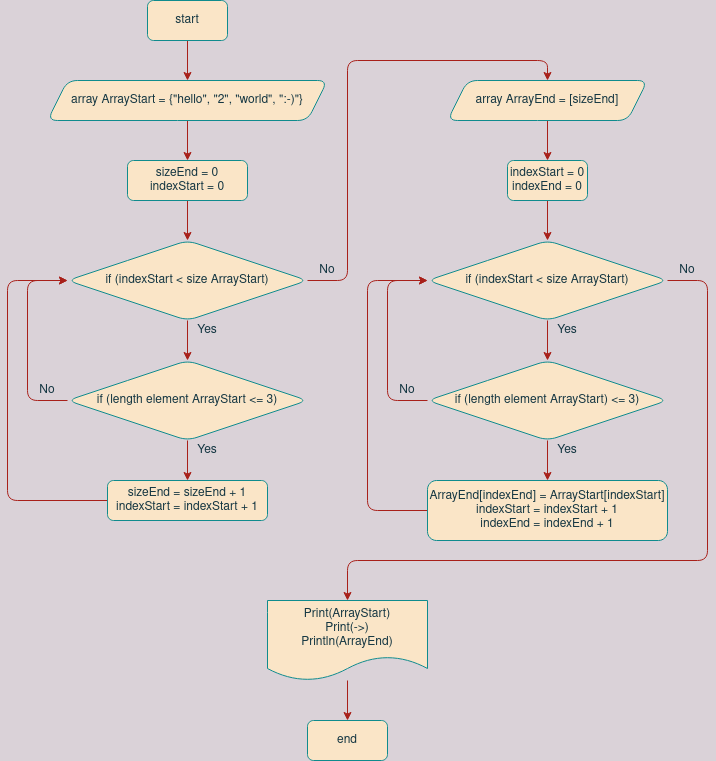
The draw.io diagram task001_choiceel-t_less_3_symb/pic/test_find_el-t_string_array.drawio.png in r-oleg-official/test_result_choice_specialist, before a commit. Source tidied: cells renumbered, new cells last; positions are measured from the earlier drawing's top-left corner, leaving out a move shared by most shapes.
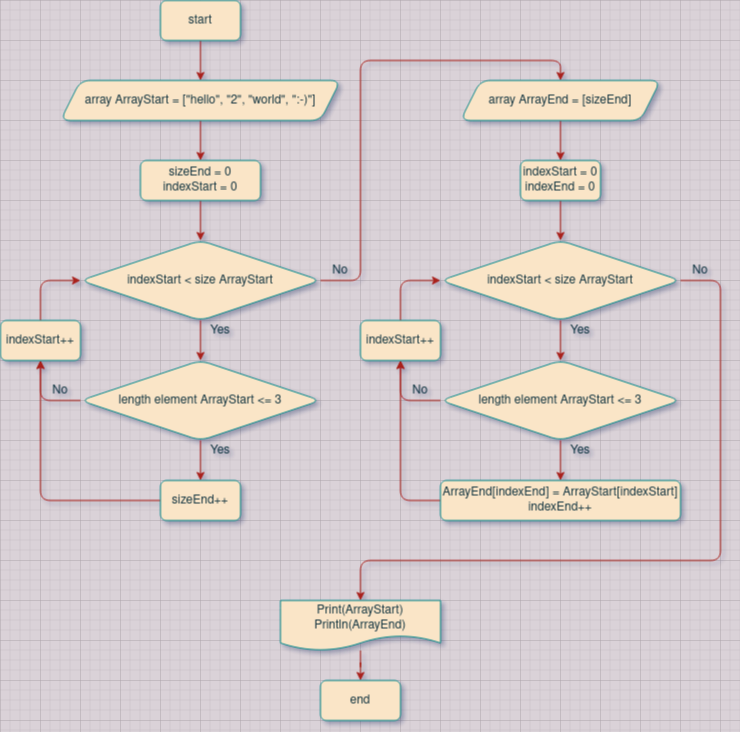
The same file after the commit.

Commit message:
Edit "task001_choiceel-t_less_3_symb/pic/test_find_el-t_string_array.drawio.png".

Diff of the diagram source:
```diff
@@ -9,12 +9,12 @@
       <mxGeometry x="140" width="80" height="40" as="geometry" />
     </mxCell>
     <mxCell id="4" value="&lt;div&gt;end&lt;/div&gt;" style="rounded=1;whiteSpace=wrap;html=1;fillColor=#FAE5C7;strokeColor=#0F8B8D;fontColor=#143642;" parent="1" vertex="1">
-      <mxGeometry x="300" y="720" width="80" height="40" as="geometry" />
+      <mxGeometry x="300" y="680" width="80" height="40" as="geometry" />
     </mxCell>
     <mxCell id="5" style="edgeStyle=orthogonalEdgeStyle;rounded=1;jettySize=auto;html=1;labelBackgroundColor=#DAD2D8;strokeColor=#A8201A;fontColor=#143642;" parent="1" edge="1" source="6" target="11">
       <mxGeometry relative="1" as="geometry" />
     </mxCell>
-    <mxCell id="6" value="&lt;div&gt;array ArrayStart = {&quot;hello&quot;, &quot;2&quot;, &quot;world&quot;, &quot;:-)&quot;}&lt;/div&gt;" style="shape=parallelogram;perimeter=parallelogramPerimeter;whiteSpace=wrap;html=1;fixedSize=1;fillColor=#FAE5C7;strokeColor=#0F8B8D;rounded=1;fontColor=#143642;" parent="1" vertex="1">
+    <mxCell id="6" value="&lt;div&gt;array ArrayStart = [&quot;hello&quot;, &quot;2&quot;, &quot;world&quot;, &quot;:-)&quot;]&lt;/div&gt;" style="shape=parallelogram;perimeter=parallelogramPerimeter;whiteSpace=wrap;html=1;fixedSize=1;rounded=1;fillColor=#FAE5C7;strokeColor=#0F8B8D;fontColor=#143642;" parent="1" vertex="1">
       <mxGeometry x="40" y="80" width="280" height="40" as="geometry" />
     </mxCell>
     <mxCell id="7" style="edgeStyle=orthogonalEdgeStyle;rounded=1;jettySize=auto;html=1;labelBackgroundColor=#DAD2D8;strokeColor=#A8201A;fontColor=#143642;" parent="1" edge="1" source="9" target="14">
@@ -29,7 +29,7 @@
         </Array>
       </mxGeometry>
     </mxCell>
-    <mxCell id="9" value="&lt;div&gt;if (indexStart &amp;lt; size ArrayStart)&lt;/div&gt;" style="rhombus;whiteSpace=wrap;html=1;fillColor=#FAE5C7;strokeColor=#0F8B8D;rounded=1;fontColor=#143642;" parent="1" vertex="1">
+    <mxCell id="9" value="&lt;div&gt;indexStart &amp;lt; size ArrayStart&lt;/div&gt;" style="rhombus;whiteSpace=wrap;html=1;rounded=1;fillColor=#FAE5C7;strokeColor=#0F8B8D;fontColor=#143642;" parent="1" vertex="1">
       <mxGeometry x="60" y="240" width="240" height="80" as="geometry" />
     </mxCell>
     <mxCell id="10" style="edgeStyle=orthogonalEdgeStyle;rounded=1;jettySize=auto;html=1;labelBackgroundColor=#DAD2D8;strokeColor=#A8201A;fontColor=#143642;" parent="1" edge="1" source="11" target="9">
@@ -41,27 +41,21 @@
     <mxCell id="12" style="edgeStyle=orthogonalEdgeStyle;rounded=1;jettySize=auto;html=1;labelBackgroundColor=#DAD2D8;strokeColor=#A8201A;fontColor=#143642;" parent="1" edge="1" source="14" target="16">
       <mxGeometry relative="1" as="geometry" />
     </mxCell>
-    <mxCell id="13" style="edgeStyle=orthogonalEdgeStyle;rounded=1;jettySize=auto;html=1;entryX=0;entryY=0.5;entryDx=0;entryDy=0;labelBackgroundColor=#DAD2D8;strokeColor=#A8201A;fontColor=#143642;" parent="1" edge="1" source="14" target="9">
-      <mxGeometry relative="1" as="geometry">
-        <Array as="points">
-          <mxPoint x="20" y="400" />
-          <mxPoint x="20" y="280" />
-        </Array>
-      </mxGeometry>
-    </mxCell>
+    <mxCell id="39" style="edgeStyle=orthogonalEdgeStyle;jettySize=auto;html=1;entryX=0.5;entryY=1;entryDx=0;entryDy=0;labelBackgroundColor=#DAD2D8;strokeColor=#A8201A;fontColor=#143642;" parent="1" edge="1" source="14" target="44">
+      <mxGeometry relative="1" as="geometry">
+        <Array as="points">
+          <mxPoint x="20" y="400" />
+        </Array>
+      </mxGeometry>
+    </mxCell>
-    <mxCell id="14" value="if (length element ArrayStart &amp;lt;= 3)" style="rhombus;whiteSpace=wrap;html=1;fillColor=#FAE5C7;strokeColor=#0F8B8D;rounded=1;fontColor=#143642;" parent="1" vertex="1">
+    <mxCell id="14" value="length element ArrayStart &amp;lt;= 3" style="rhombus;whiteSpace=wrap;html=1;rounded=1;fillColor=#FAE5C7;strokeColor=#0F8B8D;fontColor=#143642;" parent="1" vertex="1">
       <mxGeometry x="60" y="360" width="240" height="80" as="geometry" />
     </mxCell>
-    <mxCell id="15" style="edgeStyle=orthogonalEdgeStyle;rounded=1;jettySize=auto;html=1;entryX=0;entryY=0.5;entryDx=0;entryDy=0;labelBackgroundColor=#DAD2D8;strokeColor=#A8201A;fontColor=#143642;" parent="1" edge="1" source="16" target="9">
-      <mxGeometry relative="1" as="geometry">
-        <Array as="points">
-          <mxPoint y="500" />
-          <mxPoint y="280" />
-        </Array>
-      </mxGeometry>
-    </mxCell>
+    <mxCell id="40" style="edgeStyle=orthogonalEdgeStyle;jettySize=auto;html=1;entryX=0.5;entryY=1;entryDx=0;entryDy=0;labelBackgroundColor=#DAD2D8;strokeColor=#A8201A;fontColor=#143642;" parent="1" edge="1" source="16" target="44">
+      <mxGeometry relative="1" as="geometry" />
+    </mxCell>
-    <mxCell id="16" value="&lt;div&gt;sizeEnd = sizeEnd + 1&lt;/div&gt;&lt;div&gt;indexStart = indexStart + 1&lt;br&gt;&lt;/div&gt;" style="whiteSpace=wrap;html=1;fillColor=#FAE5C7;strokeColor=#0F8B8D;rounded=1;fontColor=#143642;" parent="1" vertex="1">
-      <mxGeometry x="100" y="480" width="160" height="40" as="geometry" />
+    <mxCell id="16" value="&lt;div&gt;sizeEnd++&lt;br&gt;&lt;/div&gt;" style="whiteSpace=wrap;html=1;rounded=1;fillColor=#FAE5C7;strokeColor=#0F8B8D;fontColor=#143642;" parent="1" vertex="1">
+      <mxGeometry x="140" y="480" width="80" height="40" as="geometry" />
     </mxCell>
     <mxCell id="17" value="Yes" style="text;html=1;strokeColor=none;fillColor=none;align=center;verticalAlign=middle;whiteSpace=wrap;rounded=1;fontColor=#143642;" parent="1" vertex="1">
       <mxGeometry x="180" y="440" width="40" height="20" as="geometry" />
@@ -78,7 +72,7 @@
     <mxCell id="21" style="edgeStyle=orthogonalEdgeStyle;rounded=1;jettySize=auto;html=1;labelBackgroundColor=#DAD2D8;strokeColor=#A8201A;fontColor=#143642;" parent="1" edge="1" source="22" target="24">
       <mxGeometry relative="1" as="geometry" />
     </mxCell>
-    <mxCell id="22" value="&lt;div&gt;array ArrayEnd = [sizeEnd]&lt;br&gt;&lt;/div&gt;" style="shape=parallelogram;perimeter=parallelogramPerimeter;whiteSpace=wrap;html=1;fixedSize=1;fillColor=#FAE5C7;strokeColor=#0F8B8D;rounded=1;fontColor=#143642;" parent="1" vertex="1">
+    <mxCell id="22" value="&lt;div&gt;array ArrayEnd = [sizeEnd]&lt;br&gt;&lt;/div&gt;" style="shape=parallelogram;perimeter=parallelogramPerimeter;whiteSpace=wrap;html=1;fixedSize=1;rounded=1;fillColor=#FAE5C7;strokeColor=#0F8B8D;fontColor=#143642;" parent="1" vertex="1">
       <mxGeometry x="440" y="80" width="200" height="40" as="geometry" />
     </mxCell>
     <mxCell id="23" style="edgeStyle=orthogonalEdgeStyle;rounded=1;jettySize=auto;html=1;labelBackgroundColor=#DAD2D8;strokeColor=#A8201A;fontColor=#143642;" parent="1" edge="1" source="24" target="27">
@@ -99,33 +93,31 @@
         </Array>
       </mxGeometry>
     </mxCell>
-    <mxCell id="27" value="&lt;div&gt;if (indexStart &amp;lt; size ArrayStart)&lt;/div&gt;" style="rhombus;whiteSpace=wrap;html=1;fillColor=#FAE5C7;strokeColor=#0F8B8D;rounded=1;fontColor=#143642;" parent="1" vertex="1">
+    <mxCell id="27" value="&lt;div&gt;indexStart &amp;lt; size ArrayStart&lt;/div&gt;" style="rhombus;whiteSpace=wrap;html=1;rounded=1;fillColor=#FAE5C7;strokeColor=#0F8B8D;fontColor=#143642;" parent="1" vertex="1">
       <mxGeometry x="420" y="240" width="240" height="80" as="geometry" />
     </mxCell>
     <mxCell id="28" style="edgeStyle=orthogonalEdgeStyle;rounded=1;jettySize=auto;html=1;labelBackgroundColor=#DAD2D8;strokeColor=#A8201A;fontColor=#143642;" parent="1" edge="1" source="30" target="32">
       <mxGeometry relative="1" as="geometry" />
     </mxCell>
-    <mxCell id="29" style="edgeStyle=orthogonalEdgeStyle;rounded=1;jettySize=auto;html=1;entryX=0;entryY=0.5;entryDx=0;entryDy=0;labelBackgroundColor=#DAD2D8;strokeColor=#A8201A;fontColor=#143642;" parent="1" edge="1" source="30" target="27">
-      <mxGeometry relative="1" as="geometry">
-        <Array as="points">
-          <mxPoint x="380" y="400" />
-          <mxPoint x="380" y="280" />
-        </Array>
-      </mxGeometry>
-    </mxCell>
+    <mxCell id="41" style="edgeStyle=orthogonalEdgeStyle;rounded=1;jettySize=auto;html=1;entryX=0.5;entryY=1;entryDx=0;entryDy=0;labelBackgroundColor=#DAD2D8;strokeColor=#A8201A;fontColor=#143642;" parent="1" edge="1" source="30" target="46">
+      <mxGeometry relative="1" as="geometry">
+        <Array as="points">
+          <mxPoint x="380" y="400" />
+        </Array>
+      </mxGeometry>
+    </mxCell>
-    <mxCell id="30" value="if (length element ArrayStart) &amp;lt;= 3)" style="rhombus;whiteSpace=wrap;html=1;fillColor=#FAE5C7;strokeColor=#0F8B8D;rounded=1;fontColor=#143642;" parent="1" vertex="1">
+    <mxCell id="30" value="length element ArrayStart &amp;lt;= 3" style="rhombus;whiteSpace=wrap;html=1;rounded=1;fillColor=#FAE5C7;strokeColor=#0F8B8D;fontColor=#143642;" parent="1" vertex="1">
       <mxGeometry x="420" y="360" width="240" height="80" as="geometry" />
     </mxCell>
-    <mxCell id="31" style="edgeStyle=orthogonalEdgeStyle;rounded=1;jettySize=auto;html=1;entryX=0;entryY=0.5;entryDx=0;entryDy=0;labelBackgroundColor=#DAD2D8;strokeColor=#A8201A;fontColor=#143642;" parent="1" edge="1" source="32" target="27">
-      <mxGeometry relative="1" as="geometry">
-        <Array as="points">
-          <mxPoint x="360" y="510" />
-          <mxPoint x="360" y="280" />
-        </Array>
-      </mxGeometry>
-    </mxCell>
+    <mxCell id="42" style="edgeStyle=orthogonalEdgeStyle;rounded=1;jettySize=auto;html=1;entryX=0.5;entryY=1;entryDx=0;entryDy=0;labelBackgroundColor=#DAD2D8;strokeColor=#A8201A;fontColor=#143642;" parent="1" edge="1" source="32" target="46">
+      <mxGeometry relative="1" as="geometry">
+        <Array as="points">
+          <mxPoint x="380" y="500" />
+        </Array>
+      </mxGeometry>
+    </mxCell>
-    <mxCell id="32" value="&lt;div&gt;ArrayEnd[indexEnd] = ArrayStart[indexStart]&lt;/div&gt;&lt;div&gt;indexStart = indexStart + 1&lt;/div&gt;&lt;div&gt;indexEnd = indexEnd + 1&lt;br&gt;&lt;/div&gt;" style="whiteSpace=wrap;html=1;fillColor=#FAE5C7;strokeColor=#0F8B8D;rounded=1;fontColor=#143642;" parent="1" vertex="1">
-      <mxGeometry x="420" y="480" width="240" height="60" as="geometry" />
+    <mxCell id="32" value="&lt;div&gt;ArrayEnd[indexEnd] = ArrayStart[indexStart]&lt;/div&gt;&lt;div&gt;indexEnd++&lt;br&gt;&lt;/div&gt;" style="whiteSpace=wrap;html=1;rounded=1;fillColor=#FAE5C7;strokeColor=#0F8B8D;fontColor=#143642;" parent="1" vertex="1">
+      <mxGeometry x="420" y="480" width="240" height="40" as="geometry" />
     </mxCell>
     <mxCell id="33" value="Yes" style="text;html=1;strokeColor=none;fillColor=none;align=center;verticalAlign=middle;whiteSpace=wrap;rounded=1;fontColor=#143642;" parent="1" vertex="1">
       <mxGeometry x="540" y="440" width="40" height="20" as="geometry" />
@@ -136,8 +128,8 @@
     <mxCell id="35" style="edgeStyle=orthogonalEdgeStyle;rounded=1;jettySize=auto;html=1;labelBackgroundColor=#DAD2D8;strokeColor=#A8201A;fontColor=#143642;" parent="1" edge="1" source="36" target="4">
       <mxGeometry relative="1" as="geometry" />
     </mxCell>
-    <mxCell id="36" value="&lt;div&gt;Print(ArrayStart)&lt;/div&gt;&lt;div&gt;Print(-&amp;gt;)&lt;/div&gt;&lt;div&gt;Println(ArrayEnd)&lt;br&gt;&lt;/div&gt;" style="shape=document;whiteSpace=wrap;html=1;boundedLbl=1;fillColor=#FAE5C7;strokeColor=#0F8B8D;fontColor=#143642;rounded=1;" parent="1" vertex="1">
-      <mxGeometry x="260" y="600" width="160" height="80" as="geometry" />
+    <mxCell id="36" value="&lt;div&gt;Print(ArrayStart)&lt;/div&gt;&lt;div&gt;Println(ArrayEnd)&lt;br&gt;&lt;/div&gt;" style="shape=document;whiteSpace=wrap;html=1;boundedLbl=1;rounded=1;fillColor=#FAE5C7;strokeColor=#0F8B8D;fontColor=#143642;" parent="1" vertex="1">
+      <mxGeometry x="260" y="600" width="160" height="50" as="geometry" />
     </mxCell>
     <mxCell id="37" value="No" style="text;html=1;strokeColor=none;fillColor=none;align=center;verticalAlign=middle;whiteSpace=wrap;rounded=1;fontColor=#143642;" parent="1" vertex="1">
       <mxGeometry x="660" y="260" width="40" height="20" as="geometry" />
@@ -145,5 +137,17 @@
     <mxCell id="38" value="Yes" style="text;html=1;strokeColor=none;fillColor=none;align=center;verticalAlign=middle;whiteSpace=wrap;rounded=1;fontColor=#143642;" parent="1" vertex="1">
       <mxGeometry x="540" y="320" width="40" height="20" as="geometry" />
     </mxCell>
+    <mxCell id="43" style="edgeStyle=orthogonalEdgeStyle;rounded=1;jettySize=auto;html=1;entryX=0;entryY=0.5;entryDx=0;entryDy=0;labelBackgroundColor=#DAD2D8;strokeColor=#A8201A;fontColor=#143642;" parent="1" edge="1" source="44" target="9">
+      <mxGeometry relative="1" as="geometry" />
+    </mxCell>
+    <mxCell id="44" value="&lt;div&gt;indexStart++&lt;br&gt;&lt;/div&gt;" style="whiteSpace=wrap;html=1;rounded=1;fillColor=#FAE5C7;strokeColor=#0F8B8D;fontColor=#143642;" parent="1" vertex="1">
+      <mxGeometry x="-20" y="320" width="80" height="40" as="geometry" />
+    </mxCell>
+    <mxCell id="45" style="edgeStyle=orthogonalEdgeStyle;rounded=1;jettySize=auto;html=1;entryX=0;entryY=0.5;entryDx=0;entryDy=0;labelBackgroundColor=#DAD2D8;strokeColor=#A8201A;fontColor=#143642;" parent="1" edge="1" source="46" target="27">
+      <mxGeometry relative="1" as="geometry" />
+    </mxCell>
+    <mxCell id="46" value="&lt;div&gt;indexStart++&lt;br&gt;&lt;/div&gt;" style="whiteSpace=wrap;html=1;rounded=1;fillColor=#FAE5C7;strokeColor=#0F8B8D;fontColor=#143642;" parent="1" vertex="1">
+      <mxGeometry x="340" y="320" width="80" height="40" as="geometry" />
+    </mxCell>
   </root>
 </mxGraphModel>
```
